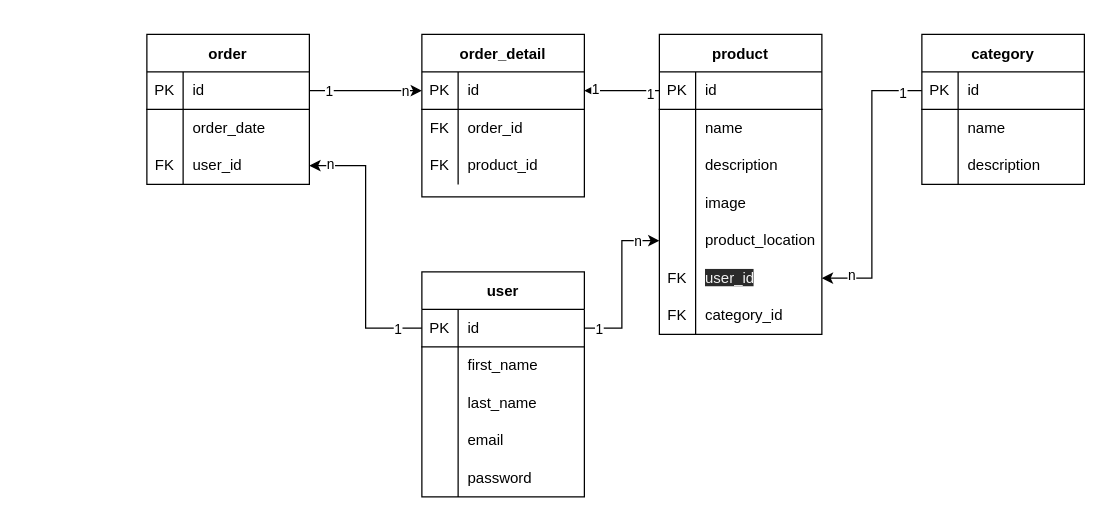
Earlier version of the draw.io diagram diagrams/erd.drawio (sharonshlee/fernicher). Source tidied: cells renumbered, new cells numbered last; positions are measured from the earlier drawing's top-left corner, leaving out a move shared by most shapes. Both pictures are drawn from the tidied source at 125%, with x=0, y=0 at pixel (146, 34).
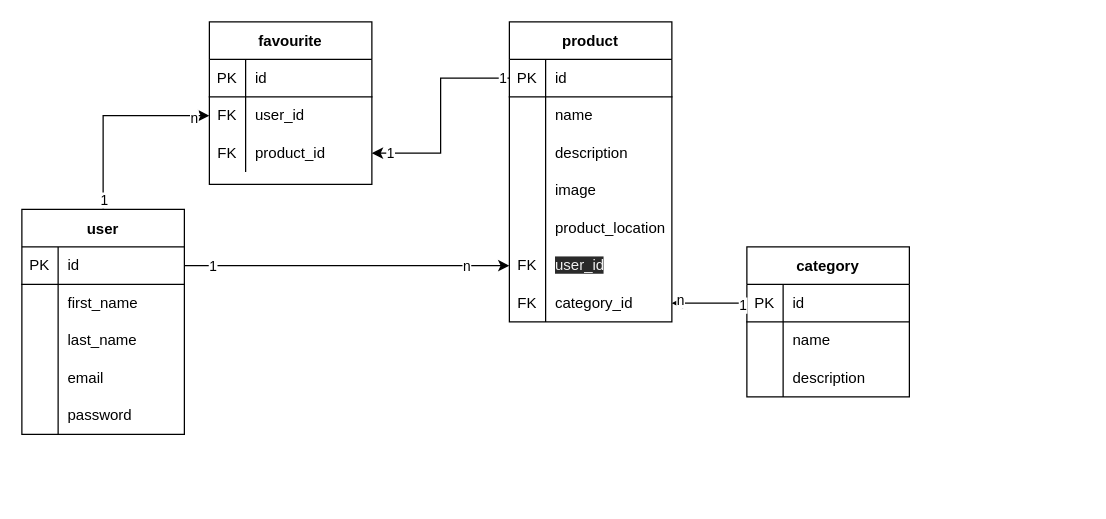
The same diagram, later.

The change refers to these unchanged cells:
```xml
<mxCell id="3" style="shape=partialRectangle;html=1;whiteSpace=wrap;fillColor=none;top=0;left=0;bottom=1;right=0;points=[[0,0.5],[1,0.5]];portConstraint=eastwest;" parent="2" vertex="1">
  <mxGeometry y="30" width="130" height="30" as="geometry" />
</mxCell>
<mxCell id="19" style="shape=partialRectangle;html=1;whiteSpace=wrap;fillColor=none;top=0;left=0;bottom=1;right=0;points=[[0,0.5],[1,0.5]];portConstraint=eastwest;" parent="18" vertex="1">
  <mxGeometry y="30" width="130" height="30" as="geometry" />
</mxCell>
<mxCell id="31" style="shape=partialRectangle;html=1;whiteSpace=wrap;fillColor=none;top=0;left=0;bottom=0;right=0;points=[[0,0.5],[1,0.5]];portConstraint=eastwest;" parent="18" vertex="1">
  <mxGeometry y="150" width="130" height="30" as="geometry" />
</mxCell>
<mxCell id="34" style="shape=partialRectangle;html=1;whiteSpace=wrap;fillColor=none;top=0;left=0;bottom=0;right=0;points=[[0,0.5],[1,0.5]];portConstraint=eastwest;" parent="18" vertex="1">
  <mxGeometry y="180" width="130" height="30" as="geometry" />
</mxCell>
<mxCell id="37" style="shape=partialRectangle;html=1;whiteSpace=wrap;fillColor=none;top=0;left=0;bottom=0;right=0;points=[[0,0.5],[1,0.5]];portConstraint=eastwest;" parent="18" vertex="1">
  <mxGeometry y="210" width="130" height="30" as="geometry" />
</mxCell>
<mxCell id="41" style="shape=partialRectangle;html=1;whiteSpace=wrap;fillColor=none;top=0;left=0;bottom=1;right=0;points=[[0,0.5],[1,0.5]];portConstraint=eastwest;" parent="40" vertex="1">
  <mxGeometry y="30" width="130" height="30" as="geometry" />
</mxCell>
<mxCell id="70" style="shape=partialRectangle;html=1;whiteSpace=wrap;fillColor=none;top=0;left=0;bottom=1;right=0;points=[[0,0.5],[1,0.5]];portConstraint=eastwest;" parent="69" vertex="1">
  <mxGeometry y="30" width="130" height="30" as="geometry" />
</mxCell>
<mxCell id="73" style="shape=partialRectangle;html=1;whiteSpace=wrap;fillColor=none;top=0;left=0;bottom=0;right=0;points=[[0,0.5],[1,0.5]];portConstraint=eastwest;" parent="69" vertex="1">
  <mxGeometry y="60" width="130" height="30" as="geometry" />
</mxCell>
<mxCell id="76" style="shape=partialRectangle;html=1;whiteSpace=wrap;fillColor=none;top=0;left=0;bottom=0;right=0;points=[[0,0.5],[1,0.5]];portConstraint=eastwest;" parent="69" vertex="1">
  <mxGeometry y="90" width="130" height="30" as="geometry" />
</mxCell>
```

Diff of the diagram source:
```diff
@@
+    <mxCell id="85" style="edgeStyle=orthogonalEdgeStyle;rounded=0;jettySize=auto;html=1;exitX=0.5;exitY=0;exitDx=0;exitDy=0;entryX=0;entryY=0.5;entryDx=0;entryDy=0;" parent="1" edge="1" source="2" target="73">
+      <mxGeometry relative="1" as="geometry" />
+    </mxCell>
+    <mxCell id="86" value="1" style="edgeLabel;html=1;align=center;verticalAlign=middle;" parent="85" vertex="1">
+      <mxGeometry x="-0.9" relative="1" as="geometry" />
+    </mxCell>
+    <mxCell id="87" value="n" style="edgeLabel;html=1;align=center;verticalAlign=middle;" parent="85" vertex="1">
+      <mxGeometry x="0.84" y="-1" relative="1" as="geometry" />
+    </mxCell>
     <mxCell id="2" value="user" style="shape=table;startSize=30;childLayout=tableLayout;rowLines=0;fontStyle=1;align=center;" parent="1" vertex="1">
-      <mxGeometry x="220" y="190" width="130" height="180" as="geometry" />
+      <mxGeometry x="-100" y="140" width="130" height="180" as="geometry" />
     </mxCell>
@@
     <mxCell id="18" value="product" style="shape=table;startSize=30;childLayout=tableLayout;rowLines=0;fontStyle=1;align=center;" parent="1" vertex="1">
-      <mxGeometry x="410" width="130" height="240" as="geometry" />
+      <mxGeometry x="290" y="-10" width="130" height="240" as="geometry" />
     </mxCell>
@@
     <mxCell id="40" value="category" style="shape=table;startSize=30;childLayout=tableLayout;rowLines=0;fontStyle=1;align=center;" parent="1" vertex="1">
-      <mxGeometry x="620" width="130" height="120" as="geometry" />
+      <mxGeometry x="480" y="170" width="130" height="120" as="geometry" />
     </mxCell>
@@
-    <mxCell id="50" style="edgeStyle=orthogonalEdgeStyle;rounded=0;jettySize=auto;html=1;exitX=0;exitY=0.5;exitDx=0;exitDy=0;entryX=1;entryY=0.5;entryDx=0;entryDy=0;" parent="1" edge="1" source="41" target="34">
+    <mxCell id="50" style="edgeStyle=orthogonalEdgeStyle;rounded=0;jettySize=auto;html=1;exitX=0;exitY=0.5;exitDx=0;exitDy=0;entryX=1;entryY=0.5;entryDx=0;entryDy=0;" parent="1" edge="1" source="41" target="37">
       <mxGeometry relative="1" as="geometry" />
     </mxCell>
@@
-    <mxCell id="53" value="order" style="shape=table;startSize=30;childLayout=tableLayout;rowLines=0;fontStyle=1;align=center;" parent="1" vertex="1">
-      <mxGeometry width="130" height="120" as="geometry" />
-    </mxCell>
-    <mxCell id="54" style="shape=partialRectangle;html=1;whiteSpace=wrap;fillColor=none;top=0;left=0;bottom=1;right=0;points=[[0,0.5],[1,0.5]];portConstraint=eastwest;" parent="53" vertex="1">
-      <mxGeometry y="30" width="130" height="30" as="geometry" />
-    </mxCell>
-    <mxCell id="55" value="PK" style="shape=partialRectangle;html=1;whiteSpace=wrap;fillColor=none;top=0;left=0;bottom=0;right=0;overflow=hidden;" parent="54" vertex="1">
-      <mxGeometry width="29" height="30" as="geometry" />
-    </mxCell>
-    <mxCell id="56" value="id" style="shape=partialRectangle;html=1;whiteSpace=wrap;fillColor=none;top=0;left=0;bottom=0;right=0;align=left;spacingLeft=6;overflow=hidden;" parent="54" vertex="1">
-      <mxGeometry x="29" width="101" height="30" as="geometry" />
-    </mxCell>
-    <mxCell id="57" style="shape=partialRectangle;html=1;whiteSpace=wrap;fillColor=none;top=0;left=0;bottom=0;right=0;" parent="53" vertex="1">
-      <mxGeometry y="60" width="130" height="30" as="geometry" />
-    </mxCell>
-    <mxCell id="58" style="shape=partialRectangle;html=1;whiteSpace=wrap;fillColor=none;top=0;left=0;bottom=0;right=0;overflow=hidden;" parent="57" vertex="1">
-      <mxGeometry width="29" height="30" as="geometry" />
-    </mxCell>
-    <mxCell id="59" value="order_date" style="shape=partialRectangle;html=1;whiteSpace=wrap;fillColor=none;top=0;left=0;bottom=0;right=0;align=left;spacingLeft=6;overflow=hidden;" parent="57" vertex="1">
-      <mxGeometry x="29" width="101" height="30" as="geometry" />
-    </mxCell>
-    <mxCell id="60" style="shape=partialRectangle;html=1;whiteSpace=wrap;fillColor=none;top=0;left=0;bottom=0;right=0;points=[[0,0.5],[1,0.5]];portConstraint=eastwest;" parent="53" vertex="1">
-      <mxGeometry y="90" width="130" height="30" as="geometry" />
-    </mxCell>
-    <mxCell id="61" value="FK" style="shape=partialRectangle;html=1;whiteSpace=wrap;fillColor=none;top=0;left=0;bottom=0;right=0;overflow=hidden;" parent="60" vertex="1">
-      <mxGeometry width="29" height="30" as="geometry" />
-    </mxCell>
-    <mxCell id="62" value="user_id" style="shape=partialRectangle;html=1;whiteSpace=wrap;fillColor=none;top=0;left=0;bottom=0;right=0;align=left;spacingLeft=6;overflow=hidden;" parent="60" vertex="1">
-      <mxGeometry x="29" width="101" height="30" as="geometry" />
-    </mxCell>
-    <mxCell id="63" style="edgeStyle=orthogonalEdgeStyle;rounded=0;jettySize=auto;html=1;exitX=1;exitY=0.5;exitDx=0;exitDy=0;entryX=0;entryY=0.5;entryDx=0;entryDy=0;" parent="1" edge="1" source="54" target="70">
-      <mxGeometry relative="1" as="geometry" />
-    </mxCell>
-    <mxCell id="64" value="1" style="edgeLabel;html=1;align=center;verticalAlign=middle;" parent="63" vertex="1">
-      <mxGeometry x="-0.66" relative="1" as="geometry" />
-    </mxCell>
-    <mxCell id="65" value="n" style="edgeLabel;html=1;align=center;verticalAlign=middle;" parent="63" vertex="1">
-      <mxGeometry x="0.68" relative="1" as="geometry" />
-    </mxCell>
-    <mxCell id="66" style="edgeStyle=orthogonalEdgeStyle;rounded=0;jettySize=auto;html=1;exitX=0;exitY=0.5;exitDx=0;exitDy=0;entryX=1;entryY=0.5;entryDx=0;entryDy=0;" parent="1" edge="1" source="19" target="70">
-      <mxGeometry relative="1" as="geometry" />
-    </mxCell>
-    <mxCell id="67" value="1" style="edgeLabel;html=1;align=center;verticalAlign=middle;" parent="66" vertex="1">
-      <mxGeometry x="-0.75" y="2" relative="1" as="geometry" />
-    </mxCell>
-    <mxCell id="68" value="1" style="edgeLabel;html=1;align=center;verticalAlign=middle;" parent="66" vertex="1">
-      <mxGeometry x="0.73" y="-2" relative="1" as="geometry" />
-    </mxCell>
-    <mxCell id="69" value="order_detail" style="shape=table;startSize=30;childLayout=tableLayout;rowLines=0;fontStyle=1;align=center;" parent="1" vertex="1">
-      <mxGeometry x="220" width="130" height="130" as="geometry" />
+    <mxCell id="69" value="favourite" style="shape=table;startSize=30;childLayout=tableLayout;rowLines=0;fontStyle=1;align=center;" parent="1" vertex="1">
+      <mxGeometry x="50" y="-10" width="130" height="130" as="geometry" />
     </mxCell>
@@
-    <mxCell id="75" value="order_id" style="shape=partialRectangle;html=1;whiteSpace=wrap;fillColor=none;top=0;left=0;bottom=0;right=0;align=left;spacingLeft=6;overflow=hidden;" parent="73" vertex="1">
+    <mxCell id="75" value="user_id" style="shape=partialRectangle;html=1;whiteSpace=wrap;fillColor=none;top=0;left=0;bottom=0;right=0;align=left;spacingLeft=6;overflow=hidden;" parent="73" vertex="1">
       <mxGeometry x="29" width="101" height="30" as="geometry" />
     </mxCell>
@@
-    <mxCell id="79" style="edgeStyle=orthogonalEdgeStyle;rounded=0;jettySize=auto;html=1;exitX=1;exitY=0.5;exitDx=0;exitDy=0;entryX=0;entryY=0.5;entryDx=0;entryDy=0;" parent="1" edge="1" source="3" target="31">
+    <mxCell id="79" style="edgeStyle=orthogonalEdgeStyle;rounded=0;jettySize=auto;html=1;exitX=1;exitY=0.5;exitDx=0;exitDy=0;entryX=0;entryY=0.5;entryDx=0;entryDy=0;" parent="1" edge="1" source="3" target="34">
       <mxGeometry relative="1" as="geometry" />
     </mxCell>
@@
-    <mxCell id="82" style="edgeStyle=orthogonalEdgeStyle;rounded=0;jettySize=auto;html=1;exitX=0;exitY=0.5;exitDx=0;exitDy=0;entryX=1;entryY=0.5;entryDx=0;entryDy=0;" parent="1" edge="1" source="3" target="60">
-      <mxGeometry relative="1" as="geometry" />
-    </mxCell>
-    <mxCell id="83" value="1" style="edgeLabel;html=1;align=center;verticalAlign=middle;" parent="82" vertex="1">
-      <mxGeometry x="-0.82" relative="1" as="geometry" />
-    </mxCell>
-    <mxCell id="84" value="n" style="edgeLabel;html=1;align=center;verticalAlign=middle;" parent="82" vertex="1">
-      <mxGeometry x="0.85" y="-2" relative="1" as="geometry" />
-    </mxCell>
+    <mxCell id="88" style="edgeStyle=orthogonalEdgeStyle;rounded=0;jettySize=auto;html=1;exitX=0;exitY=0.5;exitDx=0;exitDy=0;entryX=1;entryY=0.5;entryDx=0;entryDy=0;" parent="1" edge="1" source="19" target="76">
+      <mxGeometry relative="1" as="geometry" />
+    </mxCell>
+    <mxCell id="89" value="1" style="edgeLabel;html=1;align=center;verticalAlign=middle;" parent="88" vertex="1">
+      <mxGeometry x="-0.93" y="-1" relative="1" as="geometry" />
+    </mxCell>
+    <mxCell id="90" value="1" style="edgeLabel;html=1;align=center;verticalAlign=middle;" parent="88" vertex="1">
+      <mxGeometry x="0.84" y="-1" relative="1" as="geometry" />
+    </mxCell>
```
